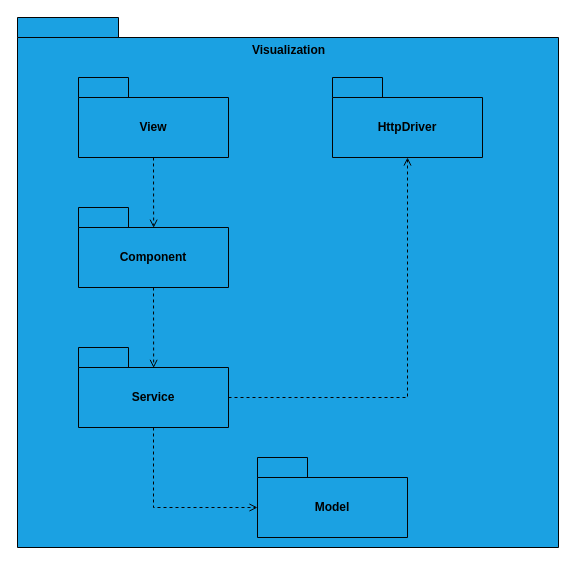
Above: docs/sprint-2/team-decisions/views/development-view/developement-view-visualization-level-3.drawio in rita-barbosa/LAPR5-2425 (draw.io), before the change. Source tidied: cells renumbered, new cells numbered last; positions are measured from the earlier drawing's top-left corner, leaving out a move shared by most shapes. Both pictures are drawn from the tidied source at 100%, with x=0, y=0 at pixel (17, 17).
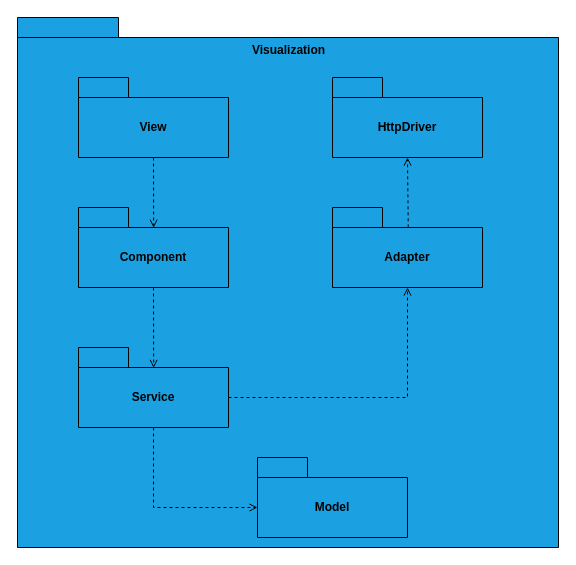
The same page after the edit.

Diff of the diagram source:
```diff
@@
 <mxGraphModel>
   <root>
     <mxCell id="0" />
     <mxCell id="1" parent="0" />
     <mxCell id="2" style="shape=folder;fontStyle=1;tabWidth=101;tabHeight=20;tabPosition=left;html=1;boundedLbl=1;whiteSpace=wrap;fillColor=#1BA1E2;strokeColor=#030303;" parent="1" vertex="1">
       <mxGeometry width="541" height="530" as="geometry" />
     </mxCell>
     <mxCell id="3" value="View" style="shape=folder;fontStyle=1;tabWidth=50;tabHeight=20;tabPosition=left;html=1;boundedLbl=1;whiteSpace=wrap;fillColor=#1BA1E2;strokeColor=#030303;" parent="1" vertex="1">
       <mxGeometry x="61" y="60" width="150" height="80" as="geometry" />
     </mxCell>
     <mxCell id="4" value="Component" style="shape=folder;fontStyle=1;tabWidth=50;tabHeight=20;tabPosition=left;html=1;boundedLbl=1;whiteSpace=wrap;fillColor=#1BA1E2;strokeColor=#030303;" parent="1" vertex="1">
       <mxGeometry x="61" y="190" width="150" height="80" as="geometry" />
     </mxCell>
     <mxCell id="5" value="Service" style="shape=folder;fontStyle=1;tabWidth=50;tabHeight=20;tabPosition=left;html=1;boundedLbl=1;whiteSpace=wrap;fillColor=#1BA1E2;strokeColor=#030303;" parent="1" vertex="1">
       <mxGeometry x="61" y="330" width="150" height="80" as="geometry" />
     </mxCell>
     <mxCell id="6" value="Model" style="shape=folder;fontStyle=1;tabWidth=50;tabHeight=20;tabPosition=left;html=1;boundedLbl=1;whiteSpace=wrap;fillColor=#1BA1E2;strokeColor=#030303;" parent="1" vertex="1">
       <mxGeometry x="240" y="440" width="150" height="80" as="geometry" />
     </mxCell>
     <mxCell id="7" value="HttpDriver" style="shape=folder;fontStyle=1;tabWidth=50;tabHeight=20;tabPosition=left;html=1;boundedLbl=1;whiteSpace=wrap;fillColor=#1BA1E2;strokeColor=#030303;" parent="1" vertex="1">
       <mxGeometry x="315" y="60" width="150" height="80" as="geometry" />
     </mxCell>
     <mxCell id="8" style="html=1;verticalAlign=bottom;labelBackgroundColor=none;endArrow=open;endFill=0;dashed=1;rounded=0;exitX=0.5;exitY=1;exitDx=0;exitDy=0;exitPerimeter=0;entryX=0.501;entryY=0.253;entryDx=0;entryDy=0;entryPerimeter=0;strokeColor=#030303;" parent="1" edge="1" source="3" target="4">
       <mxGeometry relative="1" as="geometry" />
     </mxCell>
     <mxCell id="9" style="html=1;verticalAlign=bottom;labelBackgroundColor=none;endArrow=open;endFill=0;dashed=1;rounded=0;entryX=0.501;entryY=0.255;entryDx=0;entryDy=0;entryPerimeter=0;strokeColor=#030303;exitX=0.5;exitY=1;exitDx=0;exitDy=0;exitPerimeter=0;" parent="1" edge="1" source="4" target="5">
       <mxGeometry relative="1" as="geometry" />
     </mxCell>
     <mxCell id="10" style="html=1;verticalAlign=bottom;labelBackgroundColor=none;endArrow=open;endFill=0;dashed=1;rounded=0;exitX=0.5;exitY=1;exitDx=0;exitDy=0;exitPerimeter=0;entryX=0;entryY=0;entryDx=0;entryDy=50;entryPerimeter=0;strokeColor=#030303;" parent="1" edge="1" source="5" target="6">
       <mxGeometry relative="1" as="geometry">
         <Array as="points">
           <mxPoint x="136" y="490" />
         </Array>
       </mxGeometry>
     </mxCell>
-    <mxCell id="11" style="html=1;verticalAlign=bottom;labelBackgroundColor=none;endArrow=open;endFill=0;dashed=1;rounded=0;exitX=0;exitY=0;exitDx=150;exitDy=50;exitPerimeter=0;entryX=0.5;entryY=1;entryDx=0;entryDy=0;entryPerimeter=0;strokeColor=#030303;" parent="1" edge="1" source="5" target="7">
+    <mxCell id="11" style="html=1;verticalAlign=bottom;labelBackgroundColor=none;endArrow=open;endFill=0;dashed=1;rounded=0;exitX=0;exitY=0;exitDx=150;exitDy=50;exitPerimeter=0;entryX=0.5;entryY=1;entryDx=0;entryDy=0;entryPerimeter=0;strokeColor=#030303;" parent="1" edge="1" source="5" target="13">
       <mxGeometry relative="1" as="geometry">
         <Array as="points">
           <mxPoint x="390" y="380" />
         </Array>
       </mxGeometry>
     </mxCell>
     <mxCell id="12" value="Visualization" style="text;align=center;fontStyle=1;verticalAlign=middle;spacingLeft=3;spacingRight=3;strokeColor=none;html=1;" parent="1" vertex="1">
       <mxGeometry x="230.5" y="20" width="80" height="26" as="geometry" />
     </mxCell>
+    <mxCell id="13" value="Adapter" style="shape=folder;fontStyle=1;tabWidth=50;tabHeight=20;tabPosition=left;html=1;boundedLbl=1;whiteSpace=wrap;fillColor=#1BA1E2;strokeColor=#030303;" parent="1" vertex="1">
+      <mxGeometry x="315" y="190" width="150" height="80" as="geometry" />
+    </mxCell>
+    <mxCell id="14" style="html=1;verticalAlign=bottom;labelBackgroundColor=none;endArrow=open;endFill=0;dashed=1;rounded=0;exitX=0.505;exitY=0.248;exitDx=0;exitDy=0;exitPerimeter=0;entryX=0.5;entryY=1;entryDx=0;entryDy=0;entryPerimeter=0;strokeColor=#030303;" parent="1" edge="1" source="13" target="7">
+      <mxGeometry relative="1" as="geometry" />
+    </mxCell>
   </root>
 </mxGraphModel>
```
